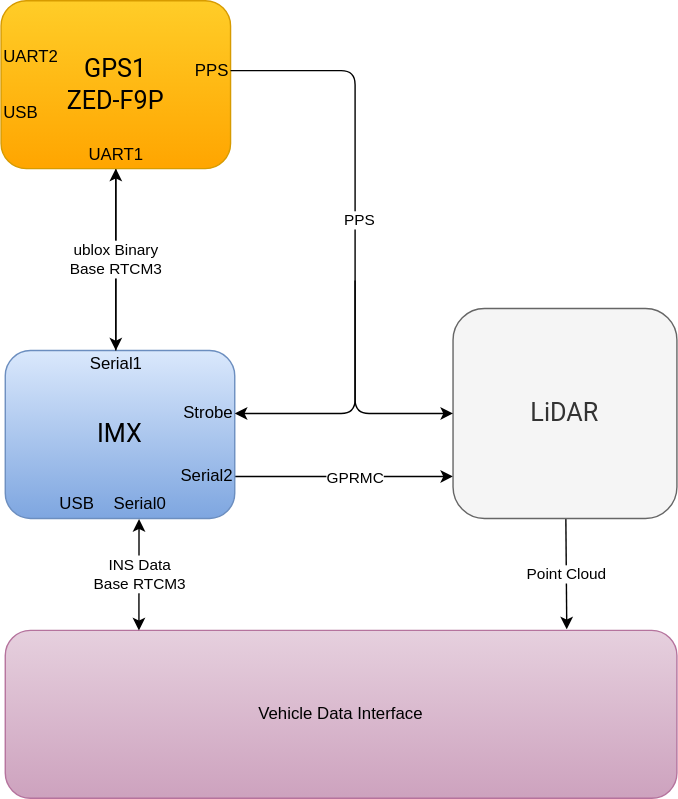
inertialsense/docs.inertialsense.com keeps this draw.io diagram as docs/user-manual/gnss/images/F9P_Positioning_Connection_Diagram.svg. Above is the earlier version. Source tidied: cells renumbered, new cells last; positions are measured from the earlier drawing's top-left corner, leaving out a move shared by most shapes.
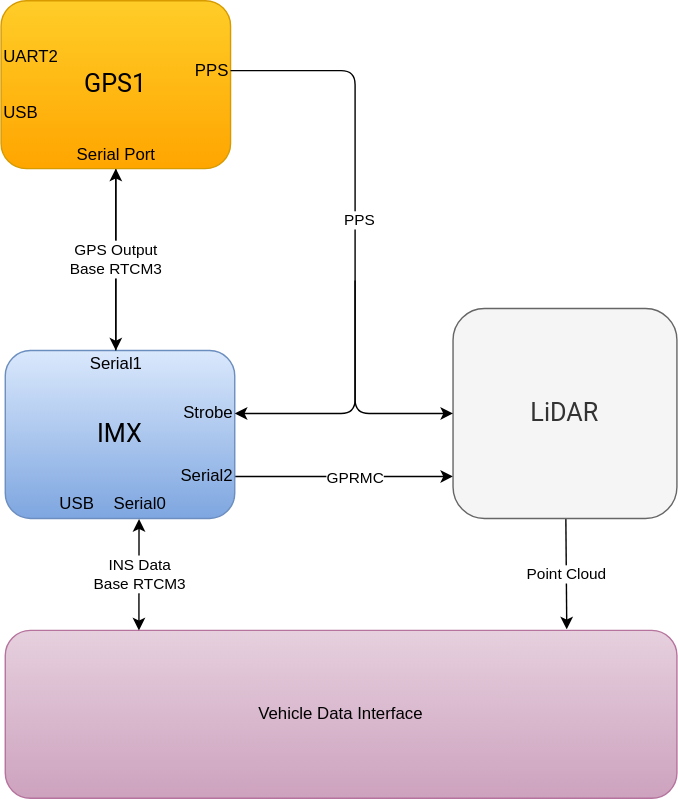
Later version of the same file.

Change to the diagram source:
```diff
@@ -19,10 +19,10 @@
     <mxCell id="6" value="Serial1" style="text;html=1;align=center;verticalAlign=middle;points=[];fillColor=none;strokeColor=none;rounded=0;" parent="1" vertex="1">
       <mxGeometry x="57" y="250" width="50" height="20" as="geometry" />
     </mxCell>
-    <mxCell id="7" value="ublox Binary&lt;br&gt;Base RTCM3" style="rounded=0;jettySize=auto;html=1;entryX=0.5;entryY=0;entryDx=0;entryDy=0;entryPerimeter=0;startArrow=classic;startFill=1;" parent="1" edge="1" source="8" target="6">
+    <mxCell id="7" value="GPS Output&lt;br&gt;Base RTCM3" style="rounded=0;jettySize=auto;html=1;entryX=0.5;entryY=0;entryDx=0;entryDy=0;entryPerimeter=0;startArrow=classic;startFill=1;" parent="1" edge="1" source="8" target="6">
       <mxGeometry relative="1" as="geometry" />
     </mxCell>
-    <mxCell id="8" value="&lt;div&gt;&lt;span style=&quot;font-size: 18px&quot;&gt;&lt;font face=&quot;roboto, arial, sans-serif&quot;&gt;GPS1&lt;br&gt;ZED-F9P&lt;/font&gt;&lt;/span&gt;&lt;/div&gt;" style="rounded=1;whiteSpace=wrap;html=1;fillColor=#ffcd28;strokeColor=#d79b00;gradientColor=#ffa500;align=center;" parent="1" vertex="1">
+    <mxCell id="8" value="&lt;span style=&quot;font-size: 18px&quot;&gt;&lt;font face=&quot;roboto, arial, sans-serif&quot;&gt;GPS1&lt;br&gt;&lt;/font&gt;&lt;/span&gt;" style="rounded=1;whiteSpace=wrap;html=1;fillColor=#ffcd28;strokeColor=#d79b00;gradientColor=#ffa500;align=center;" parent="1" vertex="1">
       <mxGeometry width="164" height="120" as="geometry" />
     </mxCell>
     <mxCell id="9" value="PPS" style="text;html=1;align=right;verticalAlign=middle;points=[];fillColor=none;strokeColor=none;rounded=0;" parent="1" vertex="1">
@@ -71,8 +71,8 @@
     <mxCell id="20" value="INS Data&lt;br&gt;Base RTCM3" style="endArrow=classic;startArrow=classic;html=1;exitX=0.199;exitY=0;exitDx=0;exitDy=0;exitPerimeter=0;entryX=0.492;entryY=1.024;entryDx=0;entryDy=0;entryPerimeter=0;" parent="1" edge="1" source="19" target="17">
       <mxGeometry relative="1" as="geometry" />
     </mxCell>
-    <mxCell id="21" value="UART1" style="text;html=1;align=center;verticalAlign=middle;fillColor=none;strokeColor=none;rounded=0;" parent="1" vertex="1">
-      <mxGeometry x="57" y="100" width="50" height="20" as="geometry" />
+    <mxCell id="21" value="Serial Port" style="text;html=1;align=center;verticalAlign=middle;fillColor=none;strokeColor=none;rounded=0;" parent="1" vertex="1">
+      <mxGeometry x="42" y="95" width="80" height="30" as="geometry" />
     </mxCell>
     <mxCell id="22" value="UART2" style="text;html=1;align=left;verticalAlign=middle;fillColor=none;strokeColor=none;rounded=0;" parent="1" vertex="1">
       <mxGeometry y="30" width="50" height="20" as="geometry" />
```
